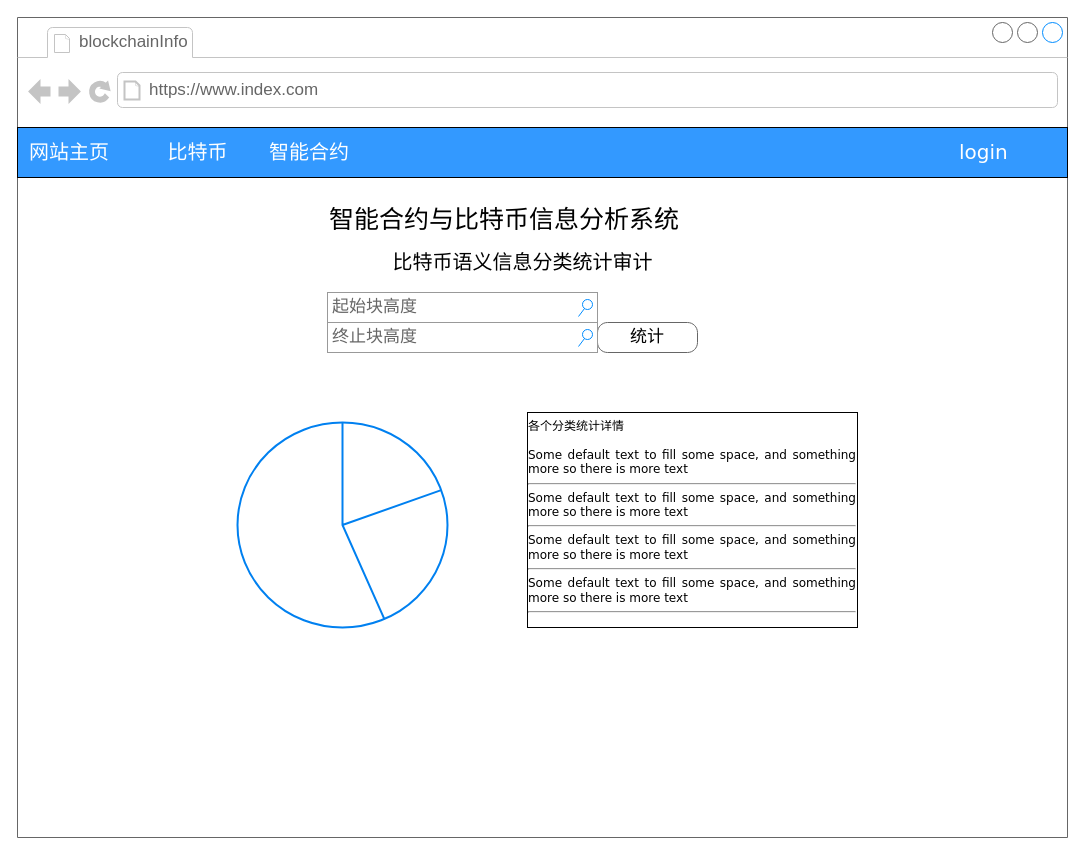
The draw.io diagram Bitcoinwireframes.drawio in wang2gua/test, before the edit. Source tidied: cells renumbered, new cells numbered last; positions are measured from the earlier drawing's top-left corner, leaving out a move shared by most shapes. Both pictures are drawn from the tidied source at 100%, with x=0, y=0 at pixel (17, 17).
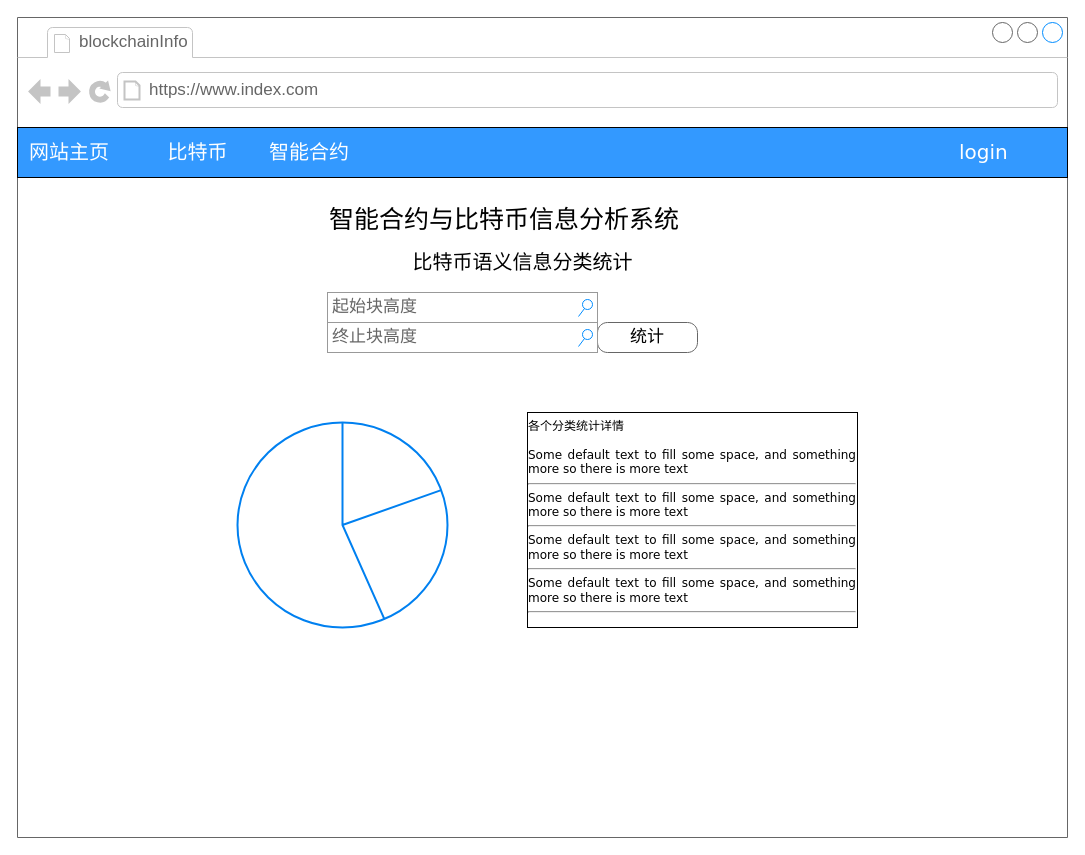
After the change.

Diff of the diagram source:
```diff
@@
 <mxGraphModel background="#ffffff">
   <root>
     <mxCell id="0" />
     <mxCell id="1" parent="0" />
     <mxCell id="2" style="strokeWidth=1;shadow=0;dashed=0;align=center;html=1;shape=mxgraph.mockup.containers.browserWindow;rSize=0;strokeColor=#666666;mainText=,;rounded=0;labelBackgroundColor=none;fontFamily=Verdana;fontSize=14;fontColor=#FFFFFF;" parent="1" vertex="1">
       <mxGeometry width="1050" height="820" as="geometry" />
     </mxCell>
     <mxCell id="3" value="blockchainInfo" style="strokeWidth=1;shadow=0;dashed=0;align=center;html=1;shape=mxgraph.mockup.containers.anchor;fontSize=17;fontColor=#666666;align=left;" parent="2" vertex="1">
       <mxGeometry x="60" y="12" width="110" height="26" as="geometry" />
     </mxCell>
     <mxCell id="4" value="https://www.index.com" style="strokeWidth=1;shadow=0;dashed=0;align=center;html=1;shape=mxgraph.mockup.containers.anchor;rSize=0;fontSize=17;fontColor=#666666;align=left;" parent="2" vertex="1">
       <mxGeometry x="130" y="60" width="250" height="26" as="geometry" />
     </mxCell>
     <mxCell id="5" value="&lt;font style=&quot;font-size: 25px&quot;&gt;智能合约与比特币信息分析系统&lt;/font&gt;" style="text;html=1;align=left;verticalAlign=top;spacingTop=-4;fontSize=30;fontFamily=Verdana;" parent="2" vertex="1">
       <mxGeometry x="310" y="180" width="420" height="50" as="geometry" />
     </mxCell>
-    <mxCell id="6" value="比特币语义信息分类统计审计" style="text;html=1;align=center;verticalAlign=top;spacingTop=-4;fontSize=20;fontFamily=Verdana;" parent="2" vertex="1">
+    <mxCell id="6" value="比特币语义信息分类统计" style="text;html=1;align=center;verticalAlign=top;spacingTop=-4;fontSize=20;fontFamily=Verdana;" parent="2" vertex="1">
       <mxGeometry x="420" y="230" width="170" height="30" as="geometry" />
     </mxCell>
     <mxCell id="7" value="起始块高度" style="strokeWidth=1;shadow=0;dashed=0;align=center;html=1;shape=mxgraph.mockup.forms.searchBox;strokeColor=#999999;mainText=;strokeColor2=#008cff;fontColor=#666666;fontSize=17;align=left;spacingLeft=3;rounded=0;labelBackgroundColor=none;" parent="2" vertex="1">
       <mxGeometry x="310" y="275" width="270" height="30" as="geometry" />
     </mxCell>
     <mxCell id="8" value="&lt;div style=&quot;text-align: justify&quot;&gt;各个分类统计详情&lt;/div&gt;&lt;div style=&quot;text-align: justify&quot;&gt;&lt;span&gt;&lt;br&gt;&lt;/span&gt;&lt;/div&gt;&lt;div style=&quot;text-align: justify&quot;&gt;&lt;span&gt;Some default text to fill some space, and&amp;nbsp;&lt;/span&gt;&lt;span&gt;something more so there is more text&lt;/span&gt;&lt;/div&gt;&lt;div style=&quot;text-align: justify&quot;&gt;&lt;hr id=&quot;null&quot; style=&quot;text-align: justify&quot;&gt;&lt;span&gt;&lt;div style=&quot;text-align: justify&quot;&gt;&lt;span&gt;Some default text to fill some space, and&amp;nbsp;&lt;/span&gt;&lt;span&gt;something more so there is more text&lt;/span&gt;&lt;/div&gt;&lt;/span&gt;&lt;/div&gt;&lt;hr id=&quot;null&quot; style=&quot;text-align: justify&quot;&gt;&lt;span&gt;&lt;div style=&quot;text-align: justify&quot;&gt;&lt;span&gt;Some default text to fill some space, and&amp;nbsp;&lt;/span&gt;&lt;span&gt;something more so there is more text&lt;/span&gt;&lt;/div&gt;&lt;/span&gt;&lt;hr id=&quot;null&quot; style=&quot;text-align: justify&quot;&gt;&lt;span&gt;&lt;div style=&quot;text-align: justify&quot;&gt;&lt;span&gt;Some default text to fill some space, and&amp;nbsp;&lt;/span&gt;&lt;span&gt;something more so there is more text&lt;/span&gt;&lt;/div&gt;&lt;/span&gt;&lt;hr id=&quot;null&quot; style=&quot;text-align: left&quot;&gt;" style="whiteSpace=wrap;html=1;rounded=0;shadow=0;labelBackgroundColor=none;strokeWidth=1;fontFamily=Verdana;fontSize=12;align=center;verticalAlign=top;" parent="2" vertex="1">
       <mxGeometry x="510" y="395" width="330" height="215" as="geometry" />
     </mxCell>
     <mxCell id="9" style="rounded=0;whiteSpace=wrap;html=1;fillColor=#3399FF;" parent="2" vertex="1">
       <mxGeometry y="110" width="1050" height="50" as="geometry" />
     </mxCell>
     <mxCell id="10" value="&lt;font style=&quot;font-size: 20px;&quot; color=&quot;#ffffff&quot;&gt;网站主页&lt;/font&gt;" style="text;html=1;align=left;verticalAlign=top;spacingTop=-4;fontSize=20;fontFamily=Verdana;" parent="2" vertex="1">
       <mxGeometry x="10" y="120" width="100" height="45" as="geometry" />
     </mxCell>
     <mxCell id="11" value="&lt;font style=&quot;font-size: 20px;&quot; color=&quot;#ffffff&quot;&gt;比特币&lt;/font&gt;" style="text;html=1;align=center;verticalAlign=top;spacingTop=-4;fontSize=20;fontFamily=Verdana;" parent="2" vertex="1">
       <mxGeometry x="130" y="120" width="100" height="45" as="geometry" />
     </mxCell>
     <mxCell id="12" value="&lt;font color=&quot;#ffffff&quot; style=&quot;font-size: 20px;&quot;&gt;&lt;span style=&quot;font-size: 20px;&quot;&gt;智能合约&lt;/span&gt;&lt;/font&gt;" style="text;html=1;align=left;verticalAlign=top;spacingTop=-4;fontSize=20;fontFamily=Verdana;" parent="2" vertex="1">
       <mxGeometry x="250" y="120" width="100" height="45" as="geometry" />
     </mxCell>
     <mxCell id="13" value="统计" style="strokeWidth=1;shadow=0;dashed=0;align=center;html=1;shape=mxgraph.mockup.buttons.button;strokeColor=#666666;mainText=;buttonStyle=round;fontSize=17;fontStyle=0;fillColor=none;whiteSpace=wrap;rounded=0;labelBackgroundColor=none;" parent="2" vertex="1">
       <mxGeometry x="580" y="305" width="100" height="30" as="geometry" />
     </mxCell>
     <mxCell id="14" value="&lt;font color=&quot;#ffffff&quot;&gt;login&lt;/font&gt;" style="text;html=1;align=left;verticalAlign=top;spacingTop=-4;fontSize=20;fontFamily=Verdana;" parent="2" vertex="1">
       <mxGeometry x="940" y="120" width="100" height="45" as="geometry" />
     </mxCell>
     <mxCell id="15" value="终止块高度" style="strokeWidth=1;shadow=0;dashed=0;align=center;html=1;shape=mxgraph.mockup.forms.searchBox;strokeColor=#999999;mainText=;strokeColor2=#008cff;fontColor=#666666;fontSize=17;align=left;spacingLeft=3;rounded=0;labelBackgroundColor=none;" parent="2" vertex="1">
       <mxGeometry x="310" y="305" width="270" height="30" as="geometry" />
     </mxCell>
     <mxCell id="16" style="html=1;verticalLabelPosition=bottom;align=center;labelBackgroundColor=#ffffff;verticalAlign=top;strokeWidth=2;strokeColor=#0080F0;shadow=0;dashed=0;shape=mxgraph.ios7.icons.pie_chart;" parent="2" vertex="1">
       <mxGeometry x="220" y="405" width="210" height="205" as="geometry" />
     </mxCell>
   </root>
 </mxGraphModel>
```
